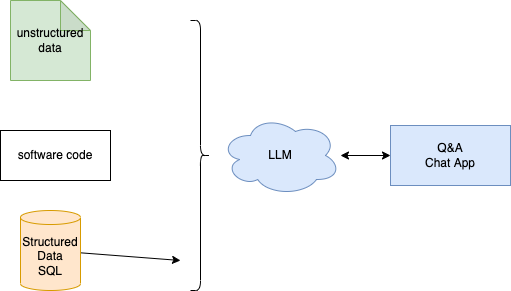
The draw.io diagram docs/coding/diagrams/qa-llm.drawio.png in jbcodeforce/ML-studies, before a commit. Source tidied: cells renumbered, new cells last; positions are measured from the earlier drawing's top-left corner, leaving out a move shared by most shapes.
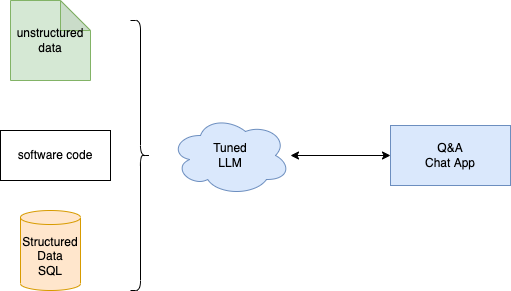
After the commit.

The edit, as a diff of the source:
```diff
@@ -2,11 +2,6 @@
   <root>
     <mxCell id="0" />
     <mxCell id="1" parent="0" />
-    <mxCell id="2" style="edgeStyle=none;html=1;startArrow=none;startFill=0;" parent="1" edge="1" source="3">
-      <mxGeometry relative="1" as="geometry">
-        <mxPoint x="180" y="260" as="targetPoint" />
-      </mxGeometry>
-    </mxCell>
     <mxCell id="3" value="Structured&lt;br&gt;Data&lt;br&gt;SQL" style="shape=cylinder3;whiteSpace=wrap;html=1;boundedLbl=1;backgroundOutline=1;size=7.002593994140625;fillColor=#ffe6cc;strokeColor=#d79b00;" parent="1" vertex="1">
       <mxGeometry x="20" y="210" width="60" height="80" as="geometry" />
     </mxCell>
@@ -19,11 +14,11 @@
     <mxCell id="6" style="edgeStyle=none;html=1;entryX=0;entryY=0.5;entryDx=0;entryDy=0;startArrow=classic;startFill=1;" parent="1" edge="1" source="7" target="9">
       <mxGeometry relative="1" as="geometry" />
     </mxCell>
-    <mxCell id="7" value="LLM" style="ellipse;shape=cloud;whiteSpace=wrap;html=1;fillColor=#dae8fc;strokeColor=#6c8ebf;" parent="1" vertex="1">
-      <mxGeometry x="220" y="115" width="120" height="80" as="geometry" />
+    <mxCell id="7" value="Tuned&lt;br&gt;LLM" style="ellipse;shape=cloud;whiteSpace=wrap;html=1;fillColor=#dae8fc;strokeColor=#6c8ebf;" parent="1" vertex="1">
+      <mxGeometry x="170" y="115" width="120" height="80" as="geometry" />
     </mxCell>
     <mxCell id="8" style="shape=curlyBracket;whiteSpace=wrap;html=1;rounded=1;flipH=1;labelPosition=right;verticalLabelPosition=middle;align=left;verticalAlign=middle;" parent="1" vertex="1">
-      <mxGeometry x="190" y="20" width="20" height="270" as="geometry" />
+      <mxGeometry x="130" y="20" width="20" height="270" as="geometry" />
     </mxCell>
     <mxCell id="9" value="Q&amp;amp;A&lt;br&gt;Chat App" style="rounded=0;whiteSpace=wrap;html=1;fillColor=#dae8fc;strokeColor=#6c8ebf;" parent="1" vertex="1">
       <mxGeometry x="390" y="125" width="120" height="60" as="geometry" />
```
